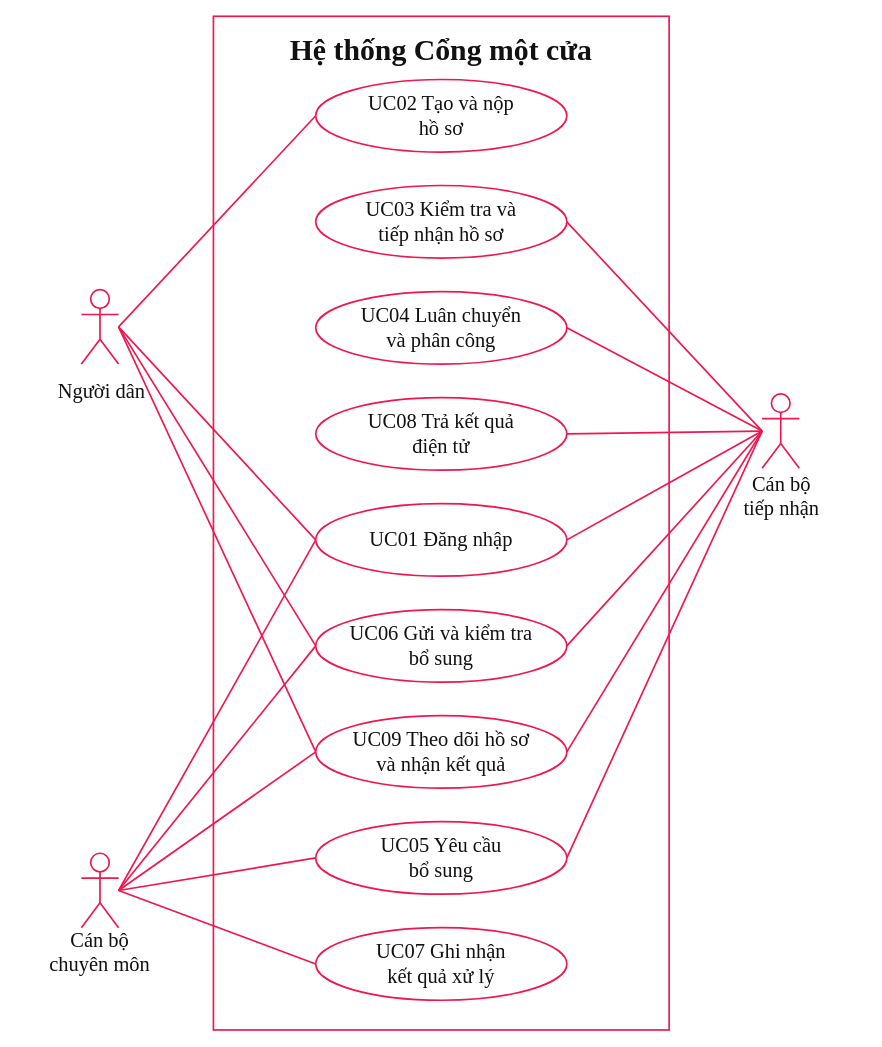
Earlier version of the draw.io diagram 03_So_do_Drawio/02_Use_Case/Hinh_2_01_Use_Case_tong_quat_voi_ba_tac_nhan.drawio (truonggiabao24072005-stack/CIV-01-Cong-Mot-Cua). Source tidied: cells renumbered, new cells numbered last; positions are measured from the earlier drawing's top-left corner, leaving out a move shared by most shapes. Both pictures are drawn from the tidied source at 93%, with x=0, y=0 at pixel (16, 16).
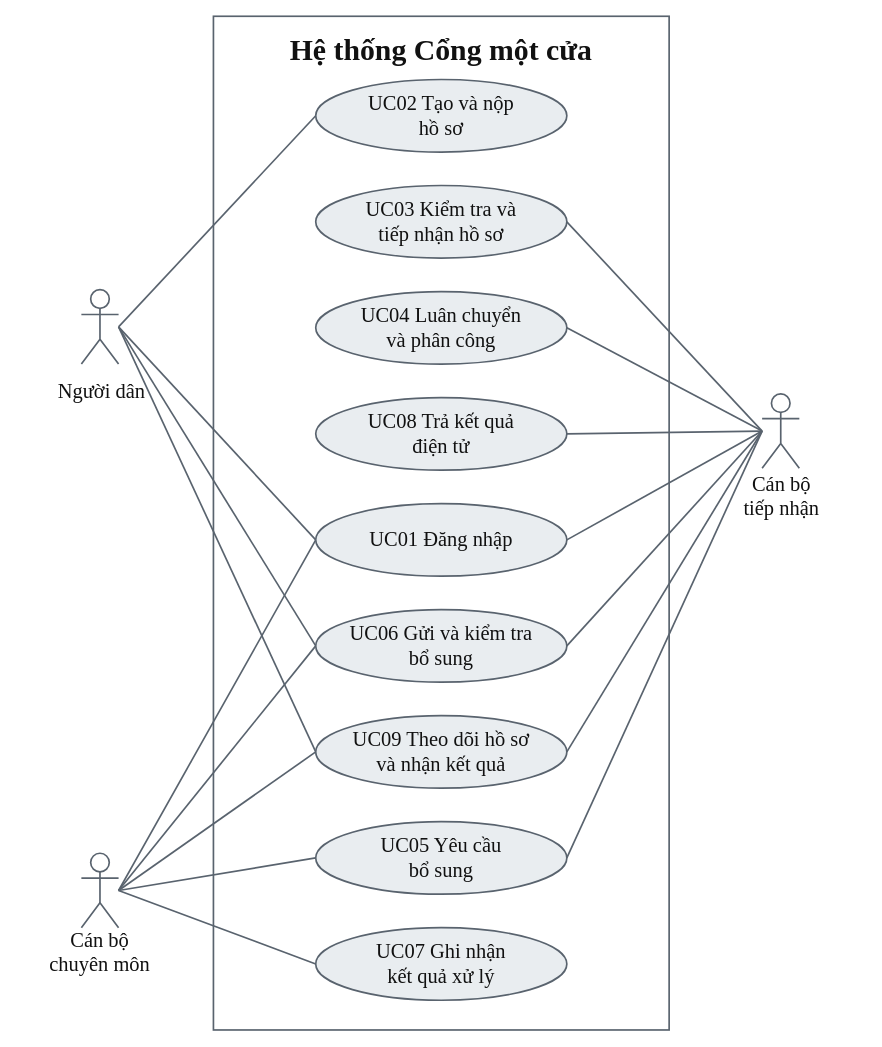
The same diagram, later.

The edit, as a diff of the source:
```diff
@@
-    <mxCell id="2" style="html=0;fontFamily=Times New Roman;fontColor=#111111;strokeColor=#ef174e;strokeWidth=1.8;rounded=0;fillColor=none;" parent="1" vertex="1">
+    <mxCell id="2" style="html=0;fontFamily=Times New Roman;fontColor=#111111;strokeColor=#59636E;strokeWidth=1.8;rounded=0;fillColor=none;" parent="1" vertex="1">
       <mxGeometry x="212" width="490" height="1090" as="geometry" />
     </mxCell>
-    <mxCell id="3" value="Hệ thống Cổng một cửa" style="html=0;fontFamily=Times New Roman;fontColor=#111111;strokeColor=#ef174e;strokeWidth=1.8;text;strokeColor=none;fillColor=none;align=center;verticalAlign=top;whiteSpace=wrap;overflow=visible;spacing=0;fontSize=32;fontStyle=1;" parent="1" vertex="1">
+    <mxCell id="3" value="Hệ thống Cổng một cửa" style="html=0;fontFamily=Times New Roman;fontColor=#111111;strokeColor=#59636E;strokeWidth=1.8;text;strokeColor=none;fillColor=none;align=center;verticalAlign=top;whiteSpace=wrap;overflow=visible;spacing=0;fontSize=32;fontStyle=1;" parent="1" vertex="1">
       <mxGeometry x="218" y="12" width="478" height="48" as="geometry" />
     </mxCell>
-    <mxCell id="4" style="edgeStyle=none;rounded=0;html=0;strokeColor=#ef174e;strokeWidth=1.8;fontFamily=Times New Roman;fontSize=22;fontColor=#111111;endArrow=none;startArrow=none;startFill=1;startSize=22;exitX=1.0;exitY=0.5;exitPerimeter=0;entryX=0.0;entryY=0.5;entryPerimeter=0;" parent="1" edge="1" source="29" target="20">
+    <mxCell id="4" style="edgeStyle=none;rounded=0;html=0;strokeColor=#59636E;strokeWidth=1.8;fontFamily=Times New Roman;fontSize=22;fontColor=#111111;endArrow=none;startArrow=none;startFill=1;startSize=22;exitX=1.0;exitY=0.5;exitPerimeter=0;entryX=0.0;entryY=0.5;entryPerimeter=0;" parent="1" edge="1" source="29" target="20">
       <mxGeometry relative="1" as="geometry" />
     </mxCell>
-    <mxCell id="5" style="edgeStyle=none;rounded=0;html=0;strokeColor=#ef174e;strokeWidth=1.8;fontFamily=Times New Roman;fontSize=22;fontColor=#111111;endArrow=none;startArrow=none;startFill=1;startSize=22;exitX=1.0;exitY=0.5;exitPerimeter=0;entryX=0.0;entryY=0.5;entryPerimeter=0;" parent="1" edge="1" source="29" target="24">
+    <mxCell id="5" style="edgeStyle=none;rounded=0;html=0;strokeColor=#59636E;strokeWidth=1.8;fontFamily=Times New Roman;fontSize=22;fontColor=#111111;endArrow=none;startArrow=none;startFill=1;startSize=22;exitX=1.0;exitY=0.5;exitPerimeter=0;entryX=0.0;entryY=0.5;entryPerimeter=0;" parent="1" edge="1" source="29" target="24">
       <mxGeometry relative="1" as="geometry" />
     </mxCell>
-    <mxCell id="6" style="edgeStyle=none;rounded=0;html=0;strokeColor=#ef174e;strokeWidth=1.8;fontFamily=Times New Roman;fontSize=22;fontColor=#111111;endArrow=none;startArrow=none;startFill=1;startSize=22;exitX=1.0;exitY=0.5;exitPerimeter=0;entryX=0.0;entryY=0.5;entryPerimeter=0;" parent="1" edge="1" source="29" target="25">
+    <mxCell id="6" style="edgeStyle=none;rounded=0;html=0;strokeColor=#59636E;strokeWidth=1.8;fontFamily=Times New Roman;fontSize=22;fontColor=#111111;endArrow=none;startArrow=none;startFill=1;startSize=22;exitX=1.0;exitY=0.5;exitPerimeter=0;entryX=0.0;entryY=0.5;entryPerimeter=0;" parent="1" edge="1" source="29" target="25">
       <mxGeometry relative="1" as="geometry" />
     </mxCell>
-    <mxCell id="7" style="edgeStyle=none;rounded=0;html=0;strokeColor=#ef174e;strokeWidth=1.8;fontFamily=Times New Roman;fontSize=22;fontColor=#111111;endArrow=none;startArrow=none;startFill=1;startSize=22;exitX=1.0;exitY=0.5;exitPerimeter=0;entryX=0.0;entryY=0.5;entryPerimeter=0;" parent="1" edge="1" source="29" target="26">
+    <mxCell id="7" style="edgeStyle=none;rounded=0;html=0;strokeColor=#59636E;strokeWidth=1.8;fontFamily=Times New Roman;fontSize=22;fontColor=#111111;endArrow=none;startArrow=none;startFill=1;startSize=22;exitX=1.0;exitY=0.5;exitPerimeter=0;entryX=0.0;entryY=0.5;entryPerimeter=0;" parent="1" edge="1" source="29" target="26">
       <mxGeometry relative="1" as="geometry" />
     </mxCell>
-    <mxCell id="8" style="edgeStyle=none;rounded=0;html=0;strokeColor=#ef174e;strokeWidth=1.8;fontFamily=Times New Roman;fontSize=22;fontColor=#111111;endArrow=none;startArrow=none;startFill=1;startSize=22;exitX=0.0;exitY=0.5;exitPerimeter=0;entryX=1.0;entryY=0.5;entryPerimeter=0;" parent="1" edge="1" source="30" target="21">
+    <mxCell id="8" style="edgeStyle=none;rounded=0;html=0;strokeColor=#59636E;strokeWidth=1.8;fontFamily=Times New Roman;fontSize=22;fontColor=#111111;endArrow=none;startArrow=none;startFill=1;startSize=22;exitX=0.0;exitY=0.5;exitPerimeter=0;entryX=1.0;entryY=0.5;entryPerimeter=0;" parent="1" edge="1" source="30" target="21">
       <mxGeometry relative="1" as="geometry" />
     </mxCell>
-    <mxCell id="9" style="edgeStyle=none;rounded=0;html=0;strokeColor=#ef174e;strokeWidth=1.8;fontFamily=Times New Roman;fontSize=22;fontColor=#111111;endArrow=none;startArrow=none;startFill=1;startSize=22;exitX=0.0;exitY=0.5;exitPerimeter=0;entryX=1.0;entryY=0.5;entryPerimeter=0;" parent="1" edge="1" source="30" target="22">
+    <mxCell id="9" style="edgeStyle=none;rounded=0;html=0;strokeColor=#59636E;strokeWidth=1.8;fontFamily=Times New Roman;fontSize=22;fontColor=#111111;endArrow=none;startArrow=none;startFill=1;startSize=22;exitX=0.0;exitY=0.5;exitPerimeter=0;entryX=1.0;entryY=0.5;entryPerimeter=0;" parent="1" edge="1" source="30" target="22">
       <mxGeometry relative="1" as="geometry" />
     </mxCell>
-    <mxCell id="10" style="edgeStyle=none;rounded=0;html=0;strokeColor=#ef174e;strokeWidth=1.8;fontFamily=Times New Roman;fontSize=22;fontColor=#111111;endArrow=none;startArrow=none;startFill=1;startSize=22;exitX=0.0;exitY=0.5;exitPerimeter=0;entryX=1.0;entryY=0.5;entryPerimeter=0;" parent="1" edge="1" source="30" target="23">
+    <mxCell id="10" style="edgeStyle=none;rounded=0;html=0;strokeColor=#59636E;strokeWidth=1.8;fontFamily=Times New Roman;fontSize=22;fontColor=#111111;endArrow=none;startArrow=none;startFill=1;startSize=22;exitX=0.0;exitY=0.5;exitPerimeter=0;entryX=1.0;entryY=0.5;entryPerimeter=0;" parent="1" edge="1" source="30" target="23">
       <mxGeometry relative="1" as="geometry" />
     </mxCell>
-    <mxCell id="11" style="edgeStyle=none;rounded=0;html=0;strokeColor=#ef174e;strokeWidth=1.8;fontFamily=Times New Roman;fontSize=22;fontColor=#111111;endArrow=none;startArrow=none;startFill=1;startSize=22;exitX=0.0;exitY=0.5;exitPerimeter=0;entryX=1.0;entryY=0.5;entryPerimeter=0;" parent="1" edge="1" source="30" target="24">
+    <mxCell id="11" style="edgeStyle=none;rounded=0;html=0;strokeColor=#59636E;strokeWidth=1.8;fontFamily=Times New Roman;fontSize=22;fontColor=#111111;endArrow=none;startArrow=none;startFill=1;startSize=22;exitX=0.0;exitY=0.5;exitPerimeter=0;entryX=1.0;entryY=0.5;entryPerimeter=0;" parent="1" edge="1" source="30" target="24">
       <mxGeometry relative="1" as="geometry" />
     </mxCell>
-    <mxCell id="12" style="edgeStyle=none;rounded=0;html=0;strokeColor=#ef174e;strokeWidth=1.8;fontFamily=Times New Roman;fontSize=22;fontColor=#111111;endArrow=none;startArrow=none;startFill=1;startSize=22;exitX=0.0;exitY=0.5;exitPerimeter=0;entryX=1.0;entryY=0.5;entryPerimeter=0;" parent="1" edge="1" source="30" target="25">
+    <mxCell id="12" style="edgeStyle=none;rounded=0;html=0;strokeColor=#59636E;strokeWidth=1.8;fontFamily=Times New Roman;fontSize=22;fontColor=#111111;endArrow=none;startArrow=none;startFill=1;startSize=22;exitX=0.0;exitY=0.5;exitPerimeter=0;entryX=1.0;entryY=0.5;entryPerimeter=0;" parent="1" edge="1" source="30" target="25">
       <mxGeometry relative="1" as="geometry" />
     </mxCell>
-    <mxCell id="13" style="edgeStyle=none;rounded=0;html=0;strokeColor=#ef174e;strokeWidth=1.8;fontFamily=Times New Roman;fontSize=22;fontColor=#111111;endArrow=none;startArrow=none;startFill=1;startSize=22;exitX=0.0;exitY=0.5;exitPerimeter=0;entryX=1.0;entryY=0.5;entryPerimeter=0;" parent="1" edge="1" source="30" target="26">
+    <mxCell id="13" style="edgeStyle=none;rounded=0;html=0;strokeColor=#59636E;strokeWidth=1.8;fontFamily=Times New Roman;fontSize=22;fontColor=#111111;endArrow=none;startArrow=none;startFill=1;startSize=22;exitX=0.0;exitY=0.5;exitPerimeter=0;entryX=1.0;entryY=0.5;entryPerimeter=0;" parent="1" edge="1" source="30" target="26">
       <mxGeometry relative="1" as="geometry" />
     </mxCell>
-    <mxCell id="14" style="edgeStyle=none;rounded=0;html=0;strokeColor=#ef174e;strokeWidth=1.8;fontFamily=Times New Roman;fontSize=22;fontColor=#111111;endArrow=none;startArrow=none;startFill=1;startSize=22;exitX=0.0;exitY=0.5;exitPerimeter=0;entryX=1.0;entryY=0.5;entryPerimeter=0;" parent="1" edge="1" source="30" target="27">
+    <mxCell id="14" style="edgeStyle=none;rounded=0;html=0;strokeColor=#59636E;strokeWidth=1.8;fontFamily=Times New Roman;fontSize=22;fontColor=#111111;endArrow=none;startArrow=none;startFill=1;startSize=22;exitX=0.0;exitY=0.5;exitPerimeter=0;entryX=1.0;entryY=0.5;entryPerimeter=0;" parent="1" edge="1" source="30" target="27">
       <mxGeometry relative="1" as="geometry" />
     </mxCell>
-    <mxCell id="15" style="edgeStyle=none;rounded=0;html=0;strokeColor=#ef174e;strokeWidth=1.8;fontFamily=Times New Roman;fontSize=22;fontColor=#111111;endArrow=none;startArrow=none;startFill=1;startSize=22;exitX=1.0;exitY=0.5;exitPerimeter=0;entryX=0.0;entryY=0.5;entryPerimeter=0;" parent="1" edge="1" source="31" target="24">
+    <mxCell id="15" style="edgeStyle=none;rounded=0;html=0;strokeColor=#59636E;strokeWidth=1.8;fontFamily=Times New Roman;fontSize=22;fontColor=#111111;endArrow=none;startArrow=none;startFill=1;startSize=22;exitX=1.0;exitY=0.5;exitPerimeter=0;entryX=0.0;entryY=0.5;entryPerimeter=0;" parent="1" edge="1" source="31" target="24">
       <mxGeometry relative="1" as="geometry" />
     </mxCell>
-    <mxCell id="16" style="edgeStyle=none;rounded=0;html=0;strokeColor=#ef174e;strokeWidth=1.8;fontFamily=Times New Roman;fontSize=22;fontColor=#111111;endArrow=none;startArrow=none;startFill=1;startSize=22;exitX=1.0;exitY=0.5;exitPerimeter=0;entryX=0.0;entryY=0.5;entryPerimeter=0;" parent="1" edge="1" source="31" target="25">
+    <mxCell id="16" style="edgeStyle=none;rounded=0;html=0;strokeColor=#59636E;strokeWidth=1.8;fontFamily=Times New Roman;fontSize=22;fontColor=#111111;endArrow=none;startArrow=none;startFill=1;startSize=22;exitX=1.0;exitY=0.5;exitPerimeter=0;entryX=0.0;entryY=0.5;entryPerimeter=0;" parent="1" edge="1" source="31" target="25">
       <mxGeometry relative="1" as="geometry" />
     </mxCell>
-    <mxCell id="17" style="edgeStyle=none;rounded=0;html=0;strokeColor=#ef174e;strokeWidth=1.8;fontFamily=Times New Roman;fontSize=22;fontColor=#111111;endArrow=none;startArrow=none;startFill=1;startSize=22;exitX=1.0;exitY=0.5;exitPerimeter=0;entryX=0.0;entryY=0.5;entryPerimeter=0;" parent="1" edge="1" source="31" target="26">
+    <mxCell id="17" style="edgeStyle=none;rounded=0;html=0;strokeColor=#59636E;strokeWidth=1.8;fontFamily=Times New Roman;fontSize=22;fontColor=#111111;endArrow=none;startArrow=none;startFill=1;startSize=22;exitX=1.0;exitY=0.5;exitPerimeter=0;entryX=0.0;entryY=0.5;entryPerimeter=0;" parent="1" edge="1" source="31" target="26">
       <mxGeometry relative="1" as="geometry" />
     </mxCell>
-    <mxCell id="18" style="edgeStyle=none;rounded=0;html=0;strokeColor=#ef174e;strokeWidth=1.8;fontFamily=Times New Roman;fontSize=22;fontColor=#111111;endArrow=none;startArrow=none;startFill=1;startSize=22;exitX=1.0;exitY=0.5;exitPerimeter=0;entryX=0.0;entryY=0.5;entryPerimeter=0;" parent="1" edge="1" source="31" target="27">
+    <mxCell id="18" style="edgeStyle=none;rounded=0;html=0;strokeColor=#59636E;strokeWidth=1.8;fontFamily=Times New Roman;fontSize=22;fontColor=#111111;endArrow=none;startArrow=none;startFill=1;startSize=22;exitX=1.0;exitY=0.5;exitPerimeter=0;entryX=0.0;entryY=0.5;entryPerimeter=0;" parent="1" edge="1" source="31" target="27">
       <mxGeometry relative="1" as="geometry" />
     </mxCell>
-    <mxCell id="19" style="edgeStyle=none;rounded=0;html=0;strokeColor=#ef174e;strokeWidth=1.8;fontFamily=Times New Roman;fontSize=22;fontColor=#111111;endArrow=none;startArrow=none;startFill=1;startSize=22;exitX=1.0;exitY=0.5;exitPerimeter=0;entryX=0.0;entryY=0.5;entryPerimeter=0;" parent="1" edge="1" source="31" target="28">
+    <mxCell id="19" style="edgeStyle=none;rounded=0;html=0;strokeColor=#59636E;strokeWidth=1.8;fontFamily=Times New Roman;fontSize=22;fontColor=#111111;endArrow=none;startArrow=none;startFill=1;startSize=22;exitX=1.0;exitY=0.5;exitPerimeter=0;entryX=0.0;entryY=0.5;entryPerimeter=0;" parent="1" edge="1" source="31" target="28">
       <mxGeometry relative="1" as="geometry" />
     </mxCell>
-    <mxCell id="20" value="UC02 Tạo và nộp&#10;hồ sơ" style="html=0;fontFamily=Times New Roman;fontColor=#111111;strokeColor=#ef174e;strokeWidth=1.8;ellipse;whiteSpace=wrap;align=center;verticalAlign=middle;spacing=2;fontSize=22;fillColor=#ffffff;" parent="1" vertex="1">
+    <mxCell id="20" value="UC02 Tạo và nộp&#10;hồ sơ" style="html=0;fontFamily=Times New Roman;fontColor=#111111;strokeColor=#59636E;strokeWidth=1.8;ellipse;whiteSpace=wrap;align=center;verticalAlign=middle;spacing=2;fontSize=22;fillColor=#E9EDF0;" parent="1" vertex="1">
       <mxGeometry x="322" y="68" width="270" height="78" as="geometry" />
     </mxCell>
-    <mxCell id="21" value="UC03 Kiểm tra và&#10;tiếp nhận hồ sơ" style="html=0;fontFamily=Times New Roman;fontColor=#111111;strokeColor=#ef174e;strokeWidth=1.8;ellipse;whiteSpace=wrap;align=center;verticalAlign=middle;spacing=2;fontSize=22;fillColor=#ffffff;" parent="1" vertex="1">
+    <mxCell id="21" value="UC03 Kiểm tra và&#10;tiếp nhận hồ sơ" style="html=0;fontFamily=Times New Roman;fontColor=#111111;strokeColor=#59636E;strokeWidth=1.8;ellipse;whiteSpace=wrap;align=center;verticalAlign=middle;spacing=2;fontSize=22;fillColor=#E9EDF0;" parent="1" vertex="1">
       <mxGeometry x="322" y="182" width="270" height="78" as="geometry" />
     </mxCell>
-    <mxCell id="22" value="UC04 Luân chuyển&#10;và phân công" style="html=0;fontFamily=Times New Roman;fontColor=#111111;strokeColor=#ef174e;strokeWidth=1.8;ellipse;whiteSpace=wrap;align=center;verticalAlign=middle;spacing=2;fontSize=22;fillColor=#ffffff;" parent="1" vertex="1">
+    <mxCell id="22" value="UC04 Luân chuyển&#10;và phân công" style="html=0;fontFamily=Times New Roman;fontColor=#111111;strokeColor=#59636E;strokeWidth=1.8;ellipse;whiteSpace=wrap;align=center;verticalAlign=middle;spacing=2;fontSize=22;fillColor=#E9EDF0;" parent="1" vertex="1">
       <mxGeometry x="322" y="296" width="270" height="78" as="geometry" />
     </mxCell>
-    <mxCell id="23" value="UC08 Trả kết quả&#10;điện tử" style="html=0;fontFamily=Times New Roman;fontColor=#111111;strokeColor=#ef174e;strokeWidth=1.8;ellipse;whiteSpace=wrap;align=center;verticalAlign=middle;spacing=2;fontSize=22;fillColor=#ffffff;" parent="1" vertex="1">
+    <mxCell id="23" value="UC08 Trả kết quả&#10;điện tử" style="html=0;fontFamily=Times New Roman;fontColor=#111111;strokeColor=#59636E;strokeWidth=1.8;ellipse;whiteSpace=wrap;align=center;verticalAlign=middle;spacing=2;fontSize=22;fillColor=#E9EDF0;" parent="1" vertex="1">
       <mxGeometry x="322" y="410" width="270" height="78" as="geometry" />
     </mxCell>
-    <mxCell id="24" value="UC01 Đăng nhập" style="html=0;fontFamily=Times New Roman;fontColor=#111111;strokeColor=#ef174e;strokeWidth=1.8;ellipse;whiteSpace=wrap;align=center;verticalAlign=middle;spacing=2;fontSize=22;fillColor=#ffffff;" parent="1" vertex="1">
+    <mxCell id="24" value="UC01 Đăng nhập" style="html=0;fontFamily=Times New Roman;fontColor=#111111;strokeColor=#59636E;strokeWidth=1.8;ellipse;whiteSpace=wrap;align=center;verticalAlign=middle;spacing=2;fontSize=22;fillColor=#E9EDF0;" parent="1" vertex="1">
       <mxGeometry x="322" y="524" width="270" height="78" as="geometry" />
     </mxCell>
-    <mxCell id="25" value="UC06 Gửi và kiểm tra&#10;bổ sung" style="html=0;fontFamily=Times New Roman;fontColor=#111111;strokeColor=#ef174e;strokeWidth=1.8;ellipse;whiteSpace=wrap;align=center;verticalAlign=middle;spacing=2;fontSize=22;fillColor=#ffffff;" parent="1" vertex="1">
+    <mxCell id="25" value="UC06 Gửi và kiểm tra&#10;bổ sung" style="html=0;fontFamily=Times New Roman;fontColor=#111111;strokeColor=#59636E;strokeWidth=1.8;ellipse;whiteSpace=wrap;align=center;verticalAlign=middle;spacing=2;fontSize=22;fillColor=#E9EDF0;" parent="1" vertex="1">
       <mxGeometry x="322" y="638" width="270" height="78" as="geometry" />
     </mxCell>
-    <mxCell id="26" value="UC09 Theo dõi hồ sơ&#10;và nhận kết quả" style="html=0;fontFamily=Times New Roman;fontColor=#111111;strokeColor=#ef174e;strokeWidth=1.8;ellipse;whiteSpace=wrap;align=center;verticalAlign=middle;spacing=2;fontSize=22;fillColor=#ffffff;" parent="1" vertex="1">
+    <mxCell id="26" value="UC09 Theo dõi hồ sơ&#10;và nhận kết quả" style="html=0;fontFamily=Times New Roman;fontColor=#111111;strokeColor=#59636E;strokeWidth=1.8;ellipse;whiteSpace=wrap;align=center;verticalAlign=middle;spacing=2;fontSize=22;fillColor=#E9EDF0;" parent="1" vertex="1">
       <mxGeometry x="322" y="752" width="270" height="78" as="geometry" />
     </mxCell>
-    <mxCell id="27" value="UC05 Yêu cầu&#10;bổ sung" style="html=0;fontFamily=Times New Roman;fontColor=#111111;strokeColor=#ef174e;strokeWidth=1.8;ellipse;whiteSpace=wrap;align=center;verticalAlign=middle;spacing=2;fontSize=22;fillColor=#ffffff;" parent="1" vertex="1">
+    <mxCell id="27" value="UC05 Yêu cầu&#10;bổ sung" style="html=0;fontFamily=Times New Roman;fontColor=#111111;strokeColor=#59636E;strokeWidth=1.8;ellipse;whiteSpace=wrap;align=center;verticalAlign=middle;spacing=2;fontSize=22;fillColor=#E9EDF0;" parent="1" vertex="1">
       <mxGeometry x="322" y="866" width="270" height="78" as="geometry" />
     </mxCell>
-    <mxCell id="28" value="UC07 Ghi nhận&#10;kết quả xử lý" style="html=0;fontFamily=Times New Roman;fontColor=#111111;strokeColor=#ef174e;strokeWidth=1.8;ellipse;whiteSpace=wrap;align=center;verticalAlign=middle;spacing=2;fontSize=22;fillColor=#ffffff;" parent="1" vertex="1">
+    <mxCell id="28" value="UC07 Ghi nhận&#10;kết quả xử lý" style="html=0;fontFamily=Times New Roman;fontColor=#111111;strokeColor=#59636E;strokeWidth=1.8;ellipse;whiteSpace=wrap;align=center;verticalAlign=middle;spacing=2;fontSize=22;fillColor=#E9EDF0;" parent="1" vertex="1">
       <mxGeometry x="322" y="980" width="270" height="78" as="geometry" />
     </mxCell>
-    <mxCell id="29" style="html=0;fontFamily=Times New Roman;fontColor=#111111;strokeColor=#ef174e;strokeWidth=1.8;shape=umlActor;verticalLabelPosition=bottom;verticalAlign=top;fillColor=none;" parent="1" vertex="1">
+    <mxCell id="29" style="html=0;fontFamily=Times New Roman;fontColor=#111111;strokeColor=#59636E;strokeWidth=1.8;shape=umlActor;verticalLabelPosition=bottom;verticalAlign=top;fillColor=none;" parent="1" vertex="1">
       <mxGeometry x="70" y="294" width="40" height="80" as="geometry" />
     </mxCell>
-    <mxCell id="30" style="html=0;fontFamily=Times New Roman;fontColor=#111111;strokeColor=#ef174e;strokeWidth=1.8;shape=umlActor;verticalLabelPosition=bottom;verticalAlign=top;fillColor=none;" parent="1" vertex="1">
+    <mxCell id="30" style="html=0;fontFamily=Times New Roman;fontColor=#111111;strokeColor=#59636E;strokeWidth=1.8;shape=umlActor;verticalLabelPosition=bottom;verticalAlign=top;fillColor=none;" parent="1" vertex="1">
       <mxGeometry x="802" y="406" width="40" height="80" as="geometry" />
     </mxCell>
-    <mxCell id="31" style="html=0;fontFamily=Times New Roman;fontColor=#111111;strokeColor=#ef174e;strokeWidth=1.8;shape=umlActor;verticalLabelPosition=bottom;verticalAlign=top;fillColor=none;" parent="1" vertex="1">
+    <mxCell id="31" style="html=0;fontFamily=Times New Roman;fontColor=#111111;strokeColor=#59636E;strokeWidth=1.8;shape=umlActor;verticalLabelPosition=bottom;verticalAlign=top;fillColor=none;" parent="1" vertex="1">
       <mxGeometry x="70" y="900" width="40" height="80" as="geometry" />
     </mxCell>
-    <mxCell id="32" value="Người dân" style="html=0;fontFamily=Times New Roman;fontColor=#111111;strokeColor=#ef174e;strokeWidth=1.8;text;strokeColor=none;fillColor=none;align=center;verticalAlign=top;whiteSpace=wrap;overflow=visible;spacing=0;fontSize=22;fontStyle=0;" parent="1" vertex="1">
+    <mxCell id="32" value="Người dân" style="html=0;fontFamily=Times New Roman;fontColor=#111111;strokeColor=#59636E;strokeWidth=1.8;text;strokeColor=none;fillColor=none;align=center;verticalAlign=top;whiteSpace=wrap;overflow=visible;spacing=0;fontSize=22;fontStyle=0;" parent="1" vertex="1">
       <mxGeometry x="2" y="386" width="180" height="40" as="geometry" />
     </mxCell>
-    <mxCell id="33" value="Cán bộ&#10;tiếp nhận" style="html=0;fontFamily=Times New Roman;fontColor=#111111;strokeColor=#ef174e;strokeWidth=1.8;text;strokeColor=none;fillColor=none;align=center;verticalAlign=top;whiteSpace=wrap;overflow=visible;spacing=0;fontSize=22;fontStyle=0;" parent="1" vertex="1">
+    <mxCell id="33" value="Cán bộ&#10;tiếp nhận" style="html=0;fontFamily=Times New Roman;fontColor=#111111;strokeColor=#59636E;strokeWidth=1.8;text;strokeColor=none;fillColor=none;align=center;verticalAlign=top;whiteSpace=wrap;overflow=visible;spacing=0;fontSize=22;fontStyle=0;" parent="1" vertex="1">
       <mxGeometry x="732" y="486" width="182" height="60" as="geometry" />
     </mxCell>
-    <mxCell id="34" value="Cán bộ&#10;chuyên môn" style="html=0;fontFamily=Times New Roman;fontColor=#111111;strokeColor=#ef174e;strokeWidth=1.8;text;strokeColor=none;fillColor=none;align=center;verticalAlign=top;whiteSpace=wrap;overflow=visible;spacing=0;fontSize=22;fontStyle=0;" parent="1" vertex="1">
+    <mxCell id="34" value="Cán bộ&#10;chuyên môn" style="html=0;fontFamily=Times New Roman;fontColor=#111111;strokeColor=#59636E;strokeWidth=1.8;text;strokeColor=none;fillColor=none;align=center;verticalAlign=top;whiteSpace=wrap;overflow=visible;spacing=0;fontSize=22;fontStyle=0;" parent="1" vertex="1">
       <mxGeometry y="976" width="180" height="62" as="geometry" />
     </mxCell>
```
